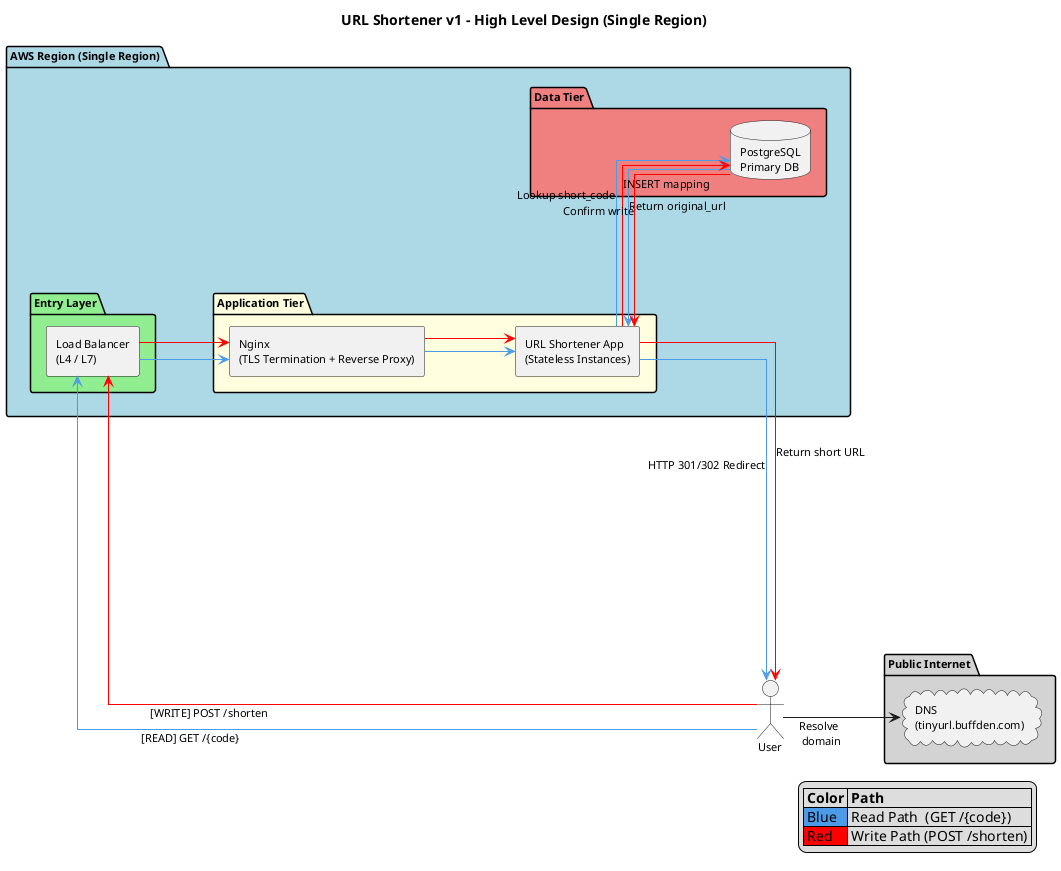
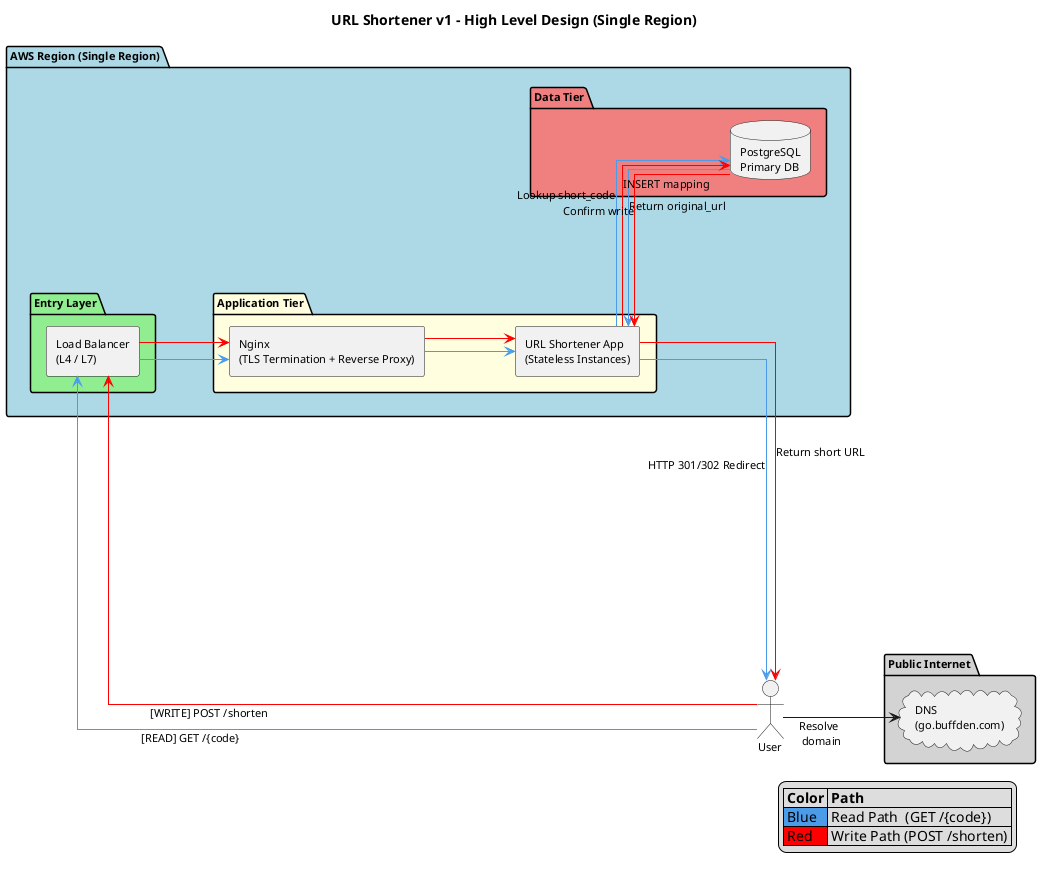
@startuml URLShortenerV1
title URL Shortener v1 - High Level Design (Single Region)

left to right direction
skinparam linetype ortho
skinparam shadowing false
skinparam componentStyle rectangle
skinparam defaultFontName Arial
skinparam defaultFontSize 11
skinparam nodesep 170
skinparam ranksep 90
skinparam packagePadding 26
skinparam componentPadding 12
skinparam component<<spacer>> {
    BorderColor transparent
    BackgroundColor transparent
    FontColor transparent
}

' ---------------- LEGEND ----------------
legend right
  |= Color |= Path |
  |<#4C9BE8> Blue  | Read Path  (GET /{code})   |
  |<#FF0000> Red   | Write Path (POST /shorten) |
endlegend

' ---------------- CLIENT ----------------
actor User

' ---------------- INTERNET ----------------
package "Public Internet" #LightGray {
-     cloud "DNS\n(tinyurl.buffden.com)" as DNS
+     cloud "DNS\n(go.buffden.com)" as DNS
}

' ---------------- AWS REGION ----------------
package "AWS Region (Single Region)" #LightBlue {

    package "Entry Layer" #LightGreen {
        [Load Balancer\n(L4 / L7)] as LB
    }

    package "Application Tier" #LightYellow {
        [Nginx\n(TLS Termination + Reverse Proxy)] as NGINX
        [URL Shortener App\n(Stateless Instances)] as APP
    }

    package "Data Tier" #LightCoral {
        [ ] as DATA_GAP <<spacer>>
        database "PostgreSQL\nPrimary DB" as DB
    }
}

' Layout alignment
NGINX -[hidden]-> APP
APP -[hidden]-> DATA_GAP
DATA_GAP -[hidden]-> DB

' ---------------- SHARED PATH ----------------

User --> DNS : Resolve \n domain

' ---------------- READ PATH (blue) ----------------

User -[#4C9BE8]-> LB : [READ] GET /{code}
LB -[#4C9BE8]-> NGINX
NGINX -[#4C9BE8]-> APP
APP -[#4C9BE8]-> DB : Lookup short_code
DB -[#4C9BE8]-> APP : Return original_url
APP -[#4C9BE8]-> User : HTTP 301/302 Redirect

' ---------------- WRITE PATH (red) ----------------

User -[#FF0000]-> LB : [WRITE] POST /shorten
LB -[#FF0000]-> NGINX
NGINX -[#FF0000]-> APP
APP -[#FF0000]-> DB : INSERT mapping
DB -[#FF0000]-> APP : Confirm write
APP -[#FF0000]-> User : Return short URL

@enduml
